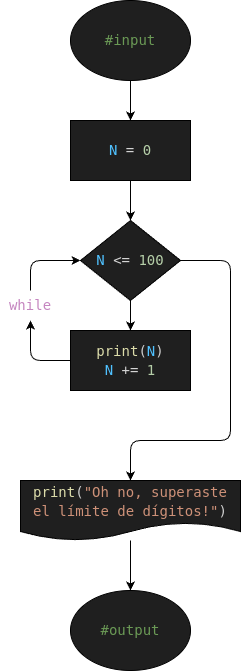
Earlier version of the draw.io export Diagram.png (lorcrop/Informe_comando_while). Source tidied: cells renumbered, new cells last; positions are measured from the earlier drawing's top-left corner, leaving out a move shared by most shapes.
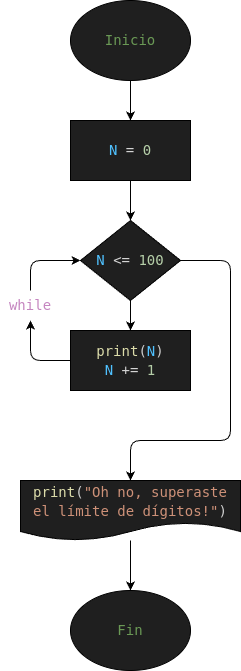
The same diagram one commit later.

Commit message:
arreglo diagrama

Change to the diagram source:
```diff
@@ -5,7 +5,7 @@
     <mxCell id="2" style="edgeStyle=none;html=1;" parent="1" edge="1" source="3" target="5">
       <mxGeometry relative="1" as="geometry" />
     </mxCell>
-    <mxCell id="3" value="&lt;div style=&quot;color: rgb(204, 204, 204); background-color: rgb(31, 31, 31); font-family: &amp;quot;Droid Sans Mono&amp;quot;, &amp;quot;monospace&amp;quot;, monospace; font-size: 14px; line-height: 19px; white-space: pre;&quot;&gt;&lt;span style=&quot;color: #6a9955;&quot;&gt;#input&lt;/span&gt;&lt;/div&gt;" style="ellipse;whiteSpace=wrap;html=1;fillColor=#1F1F1F;" parent="1" vertex="1">
+    <mxCell id="3" value="&lt;div style=&quot;color: rgb(204, 204, 204); background-color: rgb(31, 31, 31); font-family: &amp;quot;Droid Sans Mono&amp;quot;, &amp;quot;monospace&amp;quot;, monospace; font-size: 14px; line-height: 19px; white-space: pre;&quot;&gt;&lt;span style=&quot;color: rgb(106, 153, 85);&quot;&gt;Inicio&lt;/span&gt;&lt;/div&gt;" style="ellipse;whiteSpace=wrap;html=1;fillColor=#1F1F1F;" parent="1" vertex="1">
       <mxGeometry x="70" width="120" height="80" as="geometry" />
     </mxCell>
     <mxCell id="4" style="edgeStyle=none;html=1;" parent="1" edge="1" source="5" target="8">
@@ -55,7 +55,7 @@
     <mxCell id="14" value="&lt;div style=&quot;color: rgb(204, 204, 204); background-color: rgb(31, 31, 31); font-family: &amp;quot;Droid Sans Mono&amp;quot;, &amp;quot;monospace&amp;quot;, monospace; font-size: 14px; line-height: 19px; white-space: pre;&quot;&gt;&lt;span style=&quot;color: rgb(220, 220, 170);&quot;&gt;print&lt;/span&gt;&lt;span style=&quot;color: rgb(204, 204, 204);&quot;&gt;(&lt;/span&gt;&lt;span style=&quot;color: rgb(206, 145, 120);&quot;&gt;&quot;Oh no, superaste&lt;/span&gt;&lt;/div&gt;&lt;div style=&quot;color: rgb(204, 204, 204); background-color: rgb(31, 31, 31); font-family: &amp;quot;Droid Sans Mono&amp;quot;, &amp;quot;monospace&amp;quot;, monospace; font-size: 14px; line-height: 19px; white-space: pre;&quot;&gt;&lt;span style=&quot;color: rgb(206, 145, 120);&quot;&gt;el límite de dígitos!&quot;&lt;/span&gt;&lt;span style=&quot;color: rgb(204, 204, 204);&quot;&gt;)&lt;/span&gt;&lt;/div&gt;" style="shape=document;whiteSpace=wrap;html=1;boundedLbl=1;fillColor=#1F1F1F;" parent="1" vertex="1">
       <mxGeometry x="20" y="480" width="220" height="60" as="geometry" />
     </mxCell>
-    <mxCell id="15" value="&lt;div style=&quot;color: rgb(204, 204, 204); background-color: rgb(31, 31, 31); font-family: &amp;quot;Droid Sans Mono&amp;quot;, &amp;quot;monospace&amp;quot;, monospace; font-size: 14px; line-height: 19px; white-space: pre;&quot;&gt;&lt;span style=&quot;color: #6a9955;&quot;&gt;#output&lt;/span&gt;&lt;/div&gt;" style="ellipse;whiteSpace=wrap;html=1;fillColor=#1F1F1F;" parent="1" vertex="1">
+    <mxCell id="15" value="&lt;div style=&quot;color: rgb(204, 204, 204); background-color: rgb(31, 31, 31); font-family: &amp;quot;Droid Sans Mono&amp;quot;, &amp;quot;monospace&amp;quot;, monospace; font-size: 14px; line-height: 19px; white-space: pre;&quot;&gt;&lt;span style=&quot;color: rgb(106, 153, 85);&quot;&gt;Fin&lt;/span&gt;&lt;/div&gt;" style="ellipse;whiteSpace=wrap;html=1;fillColor=#1F1F1F;" parent="1" vertex="1">
       <mxGeometry x="70" y="590" width="120" height="80" as="geometry" />
     </mxCell>
   </root>
```
